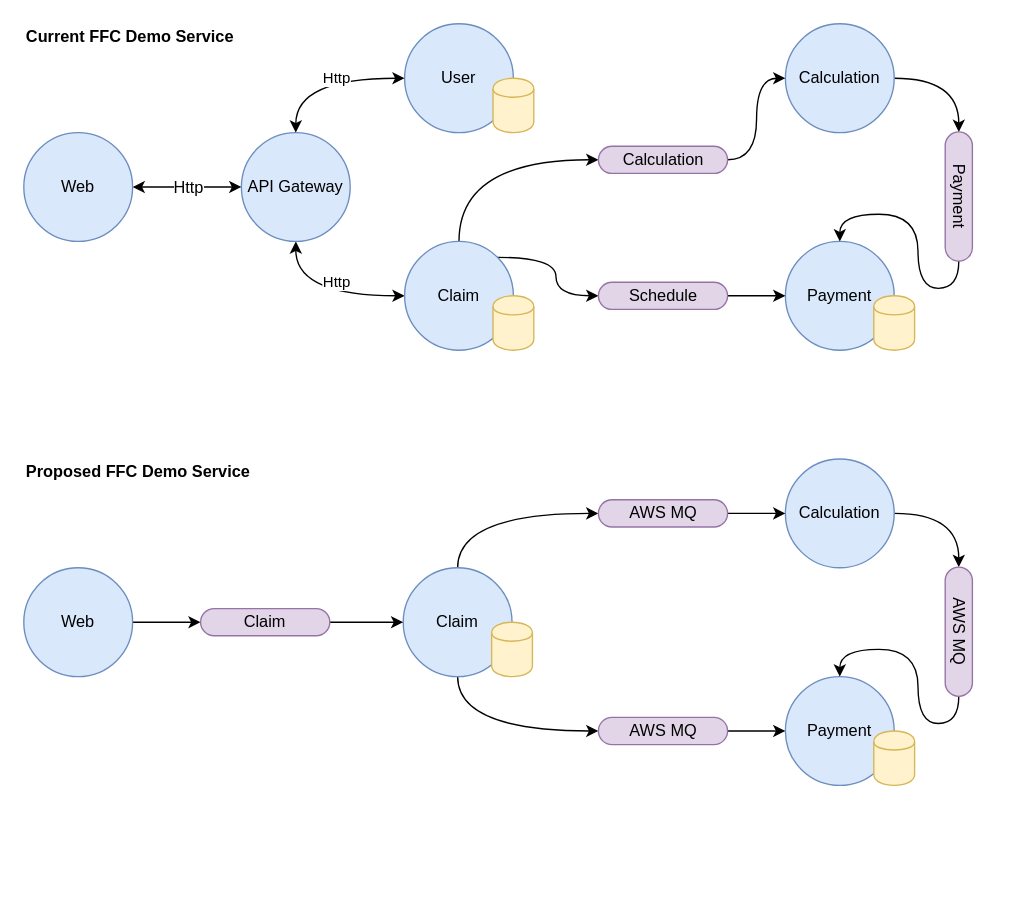
Earlier version of the draw.io diagram FFC Demo Service.drawio (johnwatson484/diagrams). Source tidied: cells renumbered, new cells numbered last; positions are measured from the earlier drawing's top-left corner, leaving out a move shared by most shapes. Both pictures are drawn from the tidied source at 136%, with x=0, y=0 at pixel (23, 23).
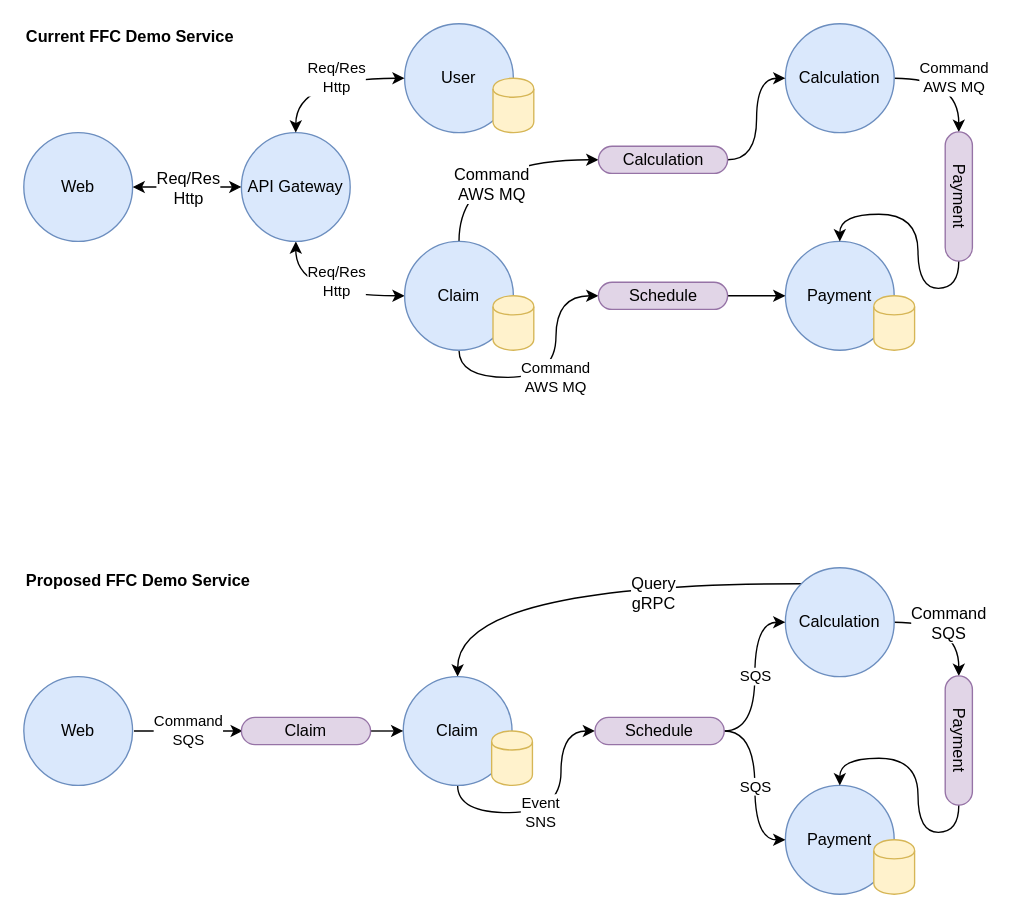
The same diagram, later.

The change refers to these unchanged cells:
```xml
<mxCell id="4" value="API Gateway" style="ellipse;whiteSpace=wrap;html=1;fillColor=#dae8fc;strokeColor=#6c8ebf;" parent="1" vertex="1">
  <mxGeometry x="160" y="80" width="80" height="80" as="geometry" />
</mxCell>
<mxCell id="6" value="Calculation" style="ellipse;whiteSpace=wrap;html=1;fillColor=#dae8fc;strokeColor=#6c8ebf;" parent="1" vertex="1">
  <mxGeometry x="560" width="80" height="80" as="geometry" />
</mxCell>
<mxCell id="9" style="edgeStyle=orthogonalEdgeStyle;curved=1;jumpStyle=arc;jettySize=auto;html=1;exitX=0.5;exitY=0;exitDx=0;exitDy=0;entryX=0;entryY=0.5;entryDx=0;entryDy=0;" parent="1" edge="1" source="10" target="16">
  <mxGeometry relative="1" as="geometry" />
</mxCell>
<mxCell id="10" value="Claim" style="ellipse;whiteSpace=wrap;html=1;fillColor=#dae8fc;strokeColor=#6c8ebf;" parent="1" vertex="1">
  <mxGeometry x="280" y="160" width="80" height="80" as="geometry" />
</mxCell>
<mxCell id="11" value="User" style="ellipse;whiteSpace=wrap;html=1;fillColor=#dae8fc;strokeColor=#6c8ebf;" parent="1" vertex="1">
  <mxGeometry x="280" width="80" height="80" as="geometry" />
</mxCell>
<mxCell id="17" style="endArrow=classic;html=1;exitX=1;exitY=0.5;exitDx=0;exitDy=0;entryX=0;entryY=0.5;entryDx=0;entryDy=0;jumpStyle=none;startArrow=classic;startFill=1;fontColor=#000000;strokeColor=#000000;" parent="1" edge="1" source="2" target="4">
  <mxGeometry relative="1" as="geometry" />
</mxCell>
<mxCell id="21" value="Schedule" style="rounded=1;whiteSpace=wrap;html=1;fillColor=#e1d5e7;strokeColor=#9673a6;arcSize=50;rotation=0;" parent="1" vertex="1">
  <mxGeometry x="422.5" y="190" width="95" height="20" as="geometry" />
</mxCell>
<mxCell id="23" value="Payment" style="rounded=1;whiteSpace=wrap;html=1;fillColor=#e1d5e7;strokeColor=#9673a6;arcSize=50;rotation=90;" parent="1" vertex="1">
  <mxGeometry x="640" y="117" width="95" height="20" as="geometry" />
</mxCell>
<mxCell id="27" style="edgeStyle=orthogonalEdgeStyle;curved=1;jumpStyle=arc;jettySize=auto;html=1;exitX=1;exitY=0.5;exitDx=0;exitDy=0;entryX=0;entryY=0.5;entryDx=0;entryDy=0;" parent="1" edge="1" source="28" target="40">
  <mxGeometry relative="1" as="geometry" />
</mxCell>
```

The edit, as a diff of the source:
```diff
@@
-    <mxCell id="3" value="Http" style="edgeStyle=orthogonalEdgeStyle;rounded=0;jettySize=auto;html=1;exitX=0.5;exitY=1;exitDx=0;exitDy=0;entryX=0;entryY=0.5;entryDx=0;entryDy=0;jumpStyle=none;curved=1;startArrow=classic;startFill=1;" parent="1" edge="1" source="4" target="10">
+    <mxCell id="3" value="Req/Res&lt;br&gt;Http" style="edgeStyle=orthogonalEdgeStyle;rounded=0;jettySize=auto;html=1;exitX=0.5;exitY=1;exitDx=0;exitDy=0;entryX=0;entryY=0.5;entryDx=0;entryDy=0;jumpStyle=none;curved=1;startArrow=classic;startFill=1;" parent="1" edge="1" source="4" target="10">
       <mxGeometry x="0.17" y="10" relative="1" as="geometry" />
     </mxCell>
@@
-    <mxCell id="5" style="edgeStyle=orthogonalEdgeStyle;curved=1;jumpStyle=arc;jettySize=auto;html=1;exitX=1;exitY=0.5;exitDx=0;exitDy=0;entryX=0;entryY=0.5;entryDx=0;entryDy=0;" parent="1" edge="1" source="6" target="23">
+    <mxCell id="5" value="Command&lt;br&gt;AWS MQ" style="edgeStyle=orthogonalEdgeStyle;curved=1;jumpStyle=arc;jettySize=auto;html=1;exitX=1;exitY=0.5;exitDx=0;exitDy=0;entryX=0;entryY=0.5;entryDx=0;entryDy=0;" parent="1" edge="1" source="6" target="23">
       <mxGeometry relative="1" as="geometry" />
     </mxCell>
@@
-    <mxCell id="8" style="edgeStyle=orthogonalEdgeStyle;jumpStyle=arc;jettySize=auto;html=1;exitX=1;exitY=0;exitDx=0;exitDy=0;entryX=0;entryY=0.5;entryDx=0;entryDy=0;curved=1;" parent="1" edge="1" source="10" target="21">
+    <mxCell id="8" value="Command&lt;br&gt;AWS MQ" style="edgeStyle=orthogonalEdgeStyle;jumpStyle=arc;jettySize=auto;html=1;exitX=0.5;exitY=1;exitDx=0;exitDy=0;entryX=0;entryY=0.5;entryDx=0;entryDy=0;curved=1;" parent="1" edge="1" source="10" target="21">
       <mxGeometry relative="1" as="geometry" />
     </mxCell>
@@
+    <mxCell id="44" value="Command&lt;br&gt;AWS MQ" style="text;html=1;align=center;verticalAlign=middle;labelBackgroundColor=#ffffff;fontColor=#000000;" parent="9" vertex="1">
+      <mxGeometry x="-0.47" y="-23" relative="1" as="geometry" />
+    </mxCell>
@@
-    <mxCell id="18" value="Http" style="text;html=1;align=center;verticalAlign=middle;labelBackgroundColor=#ffffff;fontColor=#000000;" parent="17" vertex="1">
+    <mxCell id="18" value="Req/Res&lt;br&gt;Http" style="text;html=1;align=center;verticalAlign=middle;labelBackgroundColor=#ffffff;fontColor=#000000;" parent="17" vertex="1">
       <mxGeometry x="0.32" relative="1" as="geometry">
         <mxPoint x="-13" as="offset" />
       </mxGeometry>
     </mxCell>
-    <mxCell id="19" value="Http" style="edgeStyle=orthogonalEdgeStyle;rounded=0;jettySize=auto;html=1;exitX=0.5;exitY=0;exitDx=0;exitDy=0;entryX=0;entryY=0.5;entryDx=0;entryDy=0;jumpStyle=none;curved=1;startArrow=classic;startFill=1;" parent="1" edge="1" source="4" target="11">
+    <mxCell id="19" value="Req/Res&lt;br&gt;Http" style="edgeStyle=orthogonalEdgeStyle;rounded=0;jettySize=auto;html=1;exitX=0.5;exitY=0;exitDx=0;exitDy=0;entryX=0;entryY=0.5;entryDx=0;entryDy=0;jumpStyle=none;curved=1;startArrow=classic;startFill=1;" parent="1" edge="1" source="4" target="11">
       <mxGeometry x="0.17" relative="1" as="geometry" />
     </mxCell>
@@
-    <mxCell id="25" style="edgeStyle=orthogonalEdgeStyle;curved=1;jumpStyle=arc;jettySize=auto;html=1;exitX=1;exitY=0.5;exitDx=0;exitDy=0;strokeColor=#000000;fontColor=#000000;entryX=0;entryY=0.5;entryDx=0;entryDy=0;" parent="1" edge="1" source="26" target="43">
-      <mxGeometry relative="1" as="geometry" />
+    <mxCell id="25" value="Command&lt;br&gt;SQS" style="edgeStyle=orthogonalEdgeStyle;curved=1;jumpStyle=arc;orthogonalLoop=1;jettySize=auto;html=1;exitX=1;exitY=0.5;exitDx=0;exitDy=0;strokeColor=#000000;fontColor=#000000;entryX=0;entryY=0.5;entryDx=0;entryDy=0;" parent="1" edge="1">
+      <mxGeometry relative="1" as="geometry">
+        <mxPoint x="81" y="520" as="sourcePoint" />
+        <mxPoint x="161" y="520" as="targetPoint" />
+      </mxGeometry>
     </mxCell>
     <mxCell id="26" value="Web" style="ellipse;whiteSpace=wrap;html=1;fillColor=#dae8fc;strokeColor=#6c8ebf;" parent="1" vertex="1">
-      <mxGeometry y="400" width="80" height="80" as="geometry" />
+      <mxGeometry y="480" width="80" height="80" as="geometry" />
     </mxCell>
@@
+    <mxCell id="45" value="Command&lt;br&gt;SQS" style="text;html=1;align=center;verticalAlign=middle;labelBackgroundColor=#ffffff;fontColor=#000000;" parent="27" vertex="1">
+      <mxGeometry x="-0.21" y="-8" relative="1" as="geometry">
+        <mxPoint x="5" y="-8" as="offset" />
+      </mxGeometry>
+    </mxCell>
+    <mxCell id="46" style="edgeStyle=orthogonalEdgeStyle;curved=1;jumpStyle=arc;jettySize=auto;html=1;exitX=0;exitY=0;exitDx=0;exitDy=0;entryX=0.5;entryY=0;entryDx=0;entryDy=0;strokeColor=#000000;fontColor=#000000;" parent="1" edge="1" source="28" target="32">
+      <mxGeometry relative="1" as="geometry" />
+    </mxCell>
+    <mxCell id="47" value="Query&lt;br&gt;gRPC" style="text;html=1;align=center;verticalAlign=middle;labelBackgroundColor=#ffffff;fontColor=#000000;" parent="46" vertex="1">
+      <mxGeometry x="-0.32" y="7" relative="1" as="geometry" />
+    </mxCell>
     <mxCell id="28" value="Calculation" style="ellipse;whiteSpace=wrap;html=1;fillColor=#dae8fc;strokeColor=#6c8ebf;" parent="1" vertex="1">
-      <mxGeometry x="560" y="320" width="80" height="80" as="geometry" />
+      <mxGeometry x="560" y="400" width="80" height="80" as="geometry" />
     </mxCell>
     <mxCell id="29" value="Payment" style="ellipse;whiteSpace=wrap;html=1;fillColor=#dae8fc;strokeColor=#6c8ebf;" parent="1" vertex="1">
-      <mxGeometry x="560" y="480" width="80" height="80" as="geometry" />
+      <mxGeometry x="560" y="560" width="80" height="80" as="geometry" />
     </mxCell>
-    <mxCell id="30" style="edgeStyle=orthogonalEdgeStyle;jumpStyle=arc;jettySize=auto;html=1;exitX=0.5;exitY=1;exitDx=0;exitDy=0;entryX=0;entryY=0.5;entryDx=0;entryDy=0;curved=1;" parent="1" edge="1" source="32" target="38">
-      <mxGeometry relative="1" as="geometry" />
+    <mxCell id="30" value="Event&lt;br&gt;SNS" style="edgeStyle=orthogonalEdgeStyle;jumpStyle=arc;jettySize=auto;html=1;exitX=0.5;exitY=1;exitDx=0;exitDy=0;entryX=0;entryY=0.5;entryDx=0;entryDy=0;curved=1;" parent="1" edge="1" source="32" target="38">
+      <mxGeometry x="-0.1" relative="1" as="geometry">
+        <Array as="points">
+          <mxPoint x="319" y="580" />
+          <mxPoint x="395" y="580" />
+          <mxPoint x="395" y="520" />
+        </Array>
+      </mxGeometry>
     </mxCell>
-    <mxCell id="31" style="edgeStyle=orthogonalEdgeStyle;curved=1;jumpStyle=arc;jettySize=auto;html=1;exitX=0.5;exitY=0;exitDx=0;exitDy=0;entryX=0;entryY=0.5;entryDx=0;entryDy=0;" parent="1" edge="1" source="32" target="36">
-      <mxGeometry relative="1" as="geometry" />
-    </mxCell>
     <mxCell id="32" value="Claim" style="ellipse;whiteSpace=wrap;html=1;fillColor=#dae8fc;strokeColor=#6c8ebf;" parent="1" vertex="1">
-      <mxGeometry x="279" y="400" width="80" height="80" as="geometry" />
+      <mxGeometry x="279" y="480" width="80" height="80" as="geometry" />
     </mxCell>
     <mxCell id="33" style="shape=cylinder;whiteSpace=wrap;html=1;boundedLbl=1;backgroundOutline=1;fillColor=#fff2cc;strokeColor=#d6b656;" parent="1" vertex="1">
-      <mxGeometry x="625" y="520" width="30" height="40" as="geometry" />
+      <mxGeometry x="625" y="600" width="30" height="40" as="geometry" />
     </mxCell>
     <mxCell id="34" style="shape=cylinder;whiteSpace=wrap;html=1;boundedLbl=1;backgroundOutline=1;fillColor=#fff2cc;strokeColor=#d6b656;" parent="1" vertex="1">
-      <mxGeometry x="344" y="440" width="30" height="40" as="geometry" />
+      <mxGeometry x="344" y="520" width="30" height="40" as="geometry" />
     </mxCell>
-    <mxCell id="35" style="edgeStyle=orthogonalEdgeStyle;curved=1;jumpStyle=arc;jettySize=auto;html=1;exitX=1;exitY=0.5;exitDx=0;exitDy=0;entryX=0;entryY=0.5;entryDx=0;entryDy=0;" parent="1" edge="1" source="36" target="28">
-      <mxGeometry relative="1" as="geometry" />
-    </mxCell>
-    <mxCell id="36" value="AWS MQ" style="rounded=1;whiteSpace=wrap;html=1;fillColor=#e1d5e7;strokeColor=#9673a6;arcSize=50;rotation=0;" parent="1" vertex="1">
-      <mxGeometry x="422.5" y="350" width="95" height="20" as="geometry" />
-    </mxCell>
-    <mxCell id="37" style="edgeStyle=orthogonalEdgeStyle;jumpStyle=arc;jettySize=auto;html=1;exitX=1;exitY=0.5;exitDx=0;exitDy=0;curved=1;" parent="1" edge="1" source="38" target="29">
+    <mxCell id="37" value="SQS" style="edgeStyle=orthogonalEdgeStyle;jumpStyle=arc;jettySize=auto;html=1;exitX=1;exitY=0.5;exitDx=0;exitDy=0;curved=1;entryX=0;entryY=0.5;entryDx=0;entryDy=0;" parent="1" edge="1" source="38" target="29">
       <mxGeometry relative="1" as="geometry" />
     </mxCell>
+    <mxCell id="48" value="SQS" style="edgeStyle=orthogonalEdgeStyle;curved=1;jumpStyle=arc;jettySize=auto;html=1;exitX=1;exitY=0.5;exitDx=0;exitDy=0;entryX=0;entryY=0.5;entryDx=0;entryDy=0;strokeColor=#000000;fontColor=#000000;" parent="1" edge="1" source="38" target="28">
+      <mxGeometry relative="1" as="geometry" />
+    </mxCell>
-    <mxCell id="38" value="AWS MQ" style="rounded=1;whiteSpace=wrap;html=1;fillColor=#e1d5e7;strokeColor=#9673a6;arcSize=50;rotation=0;" parent="1" vertex="1">
-      <mxGeometry x="422.5" y="510" width="95" height="20" as="geometry" />
+    <mxCell id="38" value="Schedule" style="rounded=1;whiteSpace=wrap;html=1;fillColor=#e1d5e7;strokeColor=#9673a6;arcSize=50;rotation=0;" parent="1" vertex="1">
+      <mxGeometry x="420" y="510" width="95" height="20" as="geometry" />
     </mxCell>
@@
-    <mxCell id="40" value="AWS MQ" style="rounded=1;whiteSpace=wrap;html=1;fillColor=#e1d5e7;strokeColor=#9673a6;arcSize=50;rotation=90;" parent="1" vertex="1">
-      <mxGeometry x="640" y="437" width="95" height="20" as="geometry" />
+    <mxCell id="40" value="Payment" style="rounded=1;whiteSpace=wrap;html=1;fillColor=#e1d5e7;strokeColor=#9673a6;arcSize=50;rotation=90;" parent="1" vertex="1">
+      <mxGeometry x="640" y="517" width="95" height="20" as="geometry" />
     </mxCell>
     <mxCell id="41" value="Proposed FFC Demo Service" style="text;html=1;strokeColor=none;fillColor=none;align=left;verticalAlign=middle;whiteSpace=wrap;rounded=0;fontStyle=1;" parent="1" vertex="1">
-      <mxGeometry y="320" width="200" height="20" as="geometry" />
+      <mxGeometry y="400" width="200" height="20" as="geometry" />
     </mxCell>
@@
     <mxCell id="43" value="Claim" style="rounded=1;whiteSpace=wrap;html=1;fillColor=#e1d5e7;strokeColor=#9673a6;arcSize=50;rotation=0;" parent="1" vertex="1">
-      <mxGeometry x="130" y="430" width="95" height="20" as="geometry" />
+      <mxGeometry x="160" y="510" width="95" height="20" as="geometry" />
     </mxCell>
```
